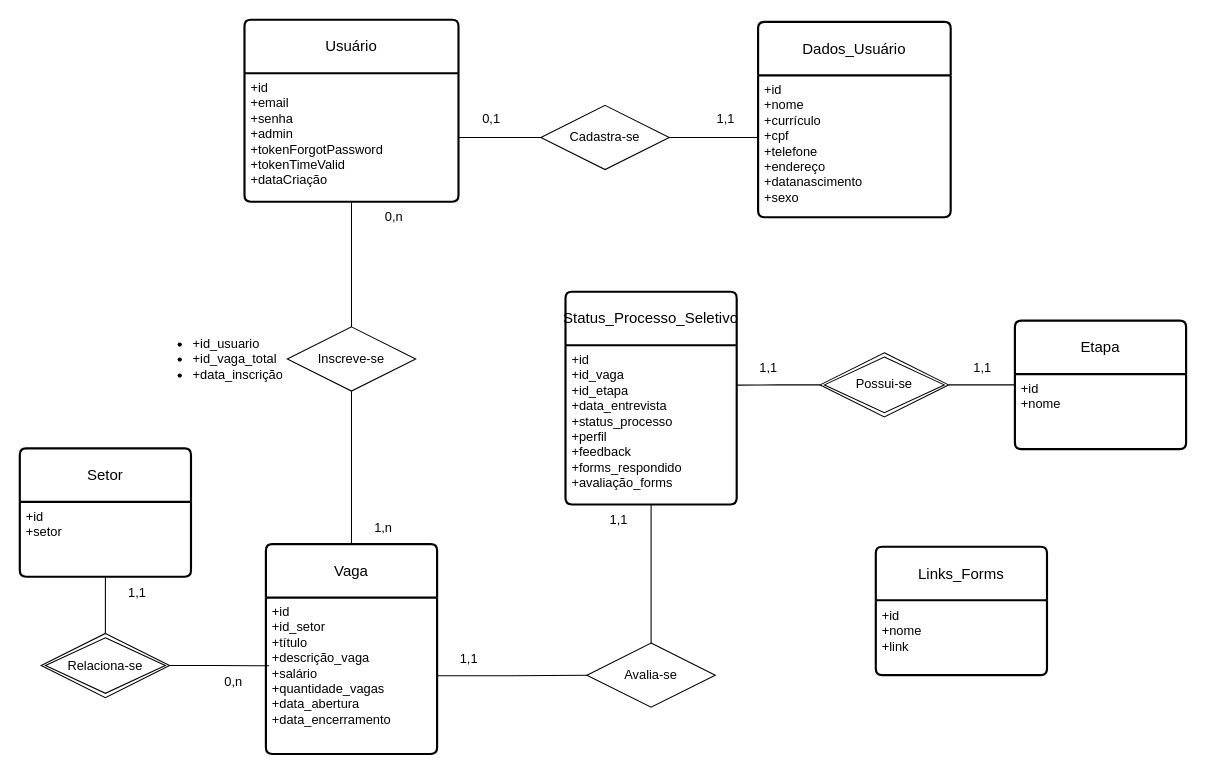
Earlier version of the draw.io diagram Diagrama Modelo Relacional.drawio (ExtraProjects860/Project-Selection-Process-Control). Source tidied: cells renumbered, new cells numbered last; positions are measured from the earlier drawing's top-left corner, leaving out a move shared by most shapes. Both pictures are drawn from the tidied source at 107%, with x=0, y=0 at pixel (19, 19).
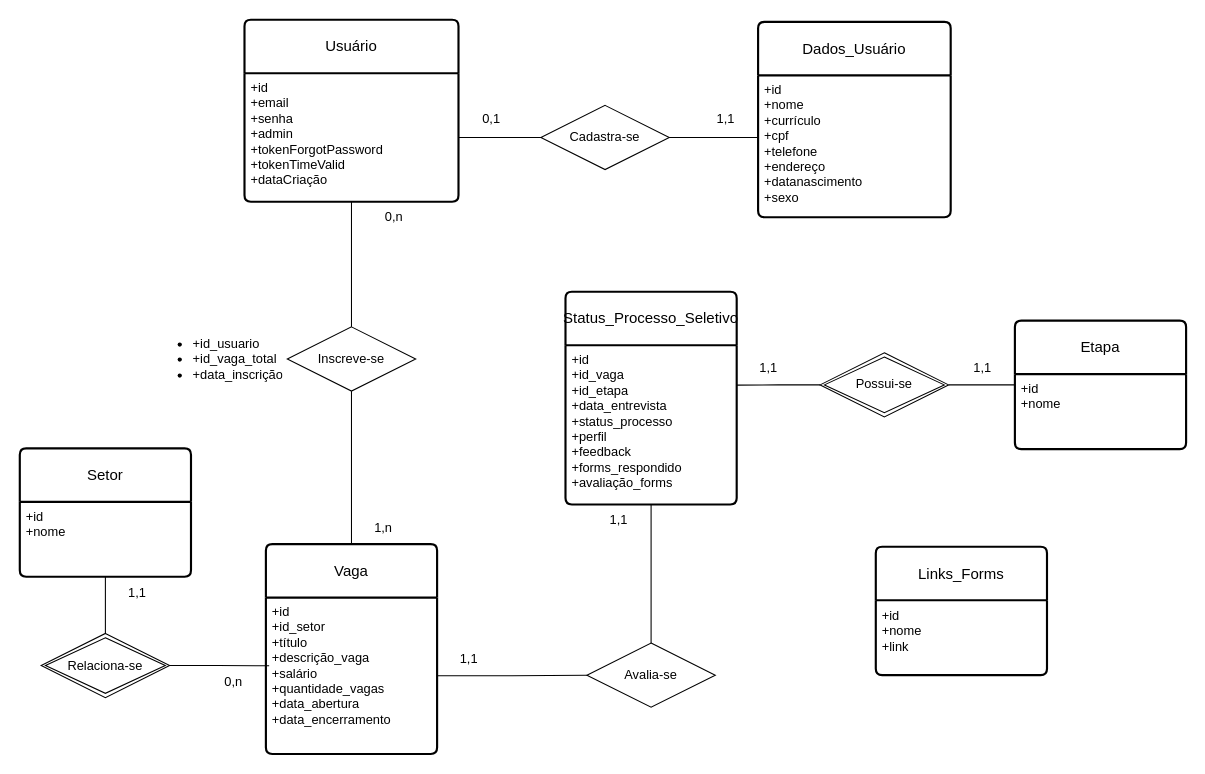
After the change.

Unchanged cells that the change refers to:
```xml
<mxCell id="6" value="Setor" style="swimlane;horizontal=1;startSize=50;rounded=1;fontSize=14;fontStyle=0;strokeWidth=2;shadow=0;dashed=0;align=center;arcSize=4;whiteSpace=wrap;html=1;" parent="1" vertex="1">
  <mxGeometry y="400.5" width="160" height="120" as="geometry" />
</mxCell>
```

Diff of the diagram source:
```diff
@@
-    <mxCell id="7" value="+id&lt;br&gt;&lt;div&gt;+setor&lt;/div&gt;" style="align=left;strokeColor=none;fillColor=none;spacingLeft=4;fontSize=12;verticalAlign=top;html=1;" parent="6" vertex="1">
+    <mxCell id="7" value="+id&lt;br&gt;&lt;div&gt;+nome&lt;/div&gt;" style="align=left;strokeColor=none;fillColor=none;spacingLeft=4;fontSize=12;verticalAlign=top;html=1;" parent="6" vertex="1">
       <mxGeometry y="50" width="160" height="70" as="geometry" />
     </mxCell>
```
